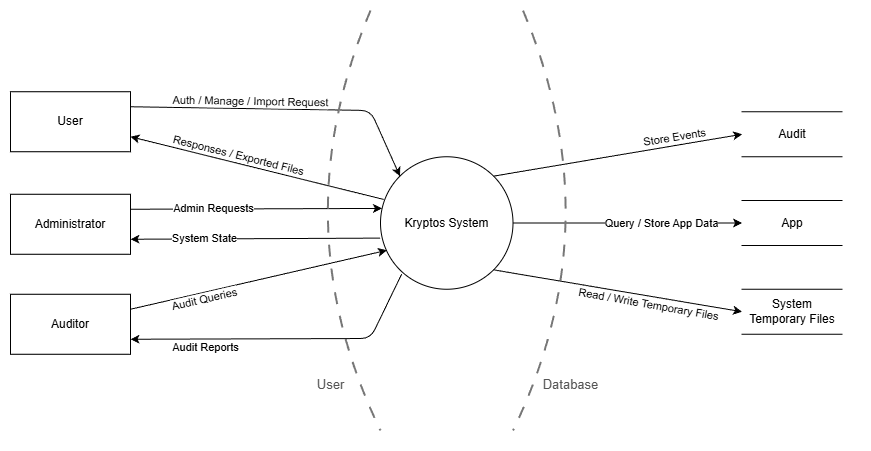
Before: Derivables/images/data-flow-diagrams/system-overview/DFD_Level0.png, a diagram exported from draw.io (mei-desofs/desofs2026_thu_ffs_2). Source tidied: cells renumbered, new cells last; positions are measured from the earlier drawing's top-left corner, leaving out a move shared by most shapes. Its diagram source:
```xml
<mxGraphModel>
  <root>
    <mxCell id="0" />
    <mxCell id="1" parent="0" />
    <mxCell id="2" value="&#10;&lt;span style=&quot;color: rgb(85, 85, 85); font-family: Helvetica; font-size: 13px; font-style: normal; font-variant-ligatures: normal; font-variant-caps: normal; font-weight: 400; letter-spacing: normal; orphans: 2; text-align: center; text-indent: 0px; text-transform: none; widows: 2; word-spacing: 0px; -webkit-text-stroke-width: 0px; white-space: nowrap; background-color: rgb(255, 255, 255); text-decoration-thickness: initial; text-decoration-style: initial; text-decoration-color: initial; display: inline !important; float: none;&quot;&gt;User&lt;/span&gt;&#10;&#10;" style="rounded=0;whiteSpace=wrap;html=1;strokeColor=#FFFFFF;" parent="1" vertex="1">
      <mxGeometry width="870" height="450" as="geometry" />
    </mxCell>
    <mxCell id="3" value="Kryptos System" style="ellipse;whiteSpace=wrap;html=1;" parent="1" vertex="1">
      <mxGeometry x="380" y="156.2" width="132.5" height="132.5" as="geometry" />
    </mxCell>
    <mxCell id="4" value="User" style="rounded=0;whiteSpace=wrap;html=1;" parent="1" vertex="1">
      <mxGeometry x="10" y="91.2" width="120" height="60" as="geometry" />
    </mxCell>
    <mxCell id="5" value="Administrator" style="rounded=0;whiteSpace=wrap;html=1;" parent="1" vertex="1">
      <mxGeometry x="10" y="193.8" width="120" height="60" as="geometry" />
    </mxCell>
    <mxCell id="6" value="Auditor" style="rounded=0;whiteSpace=wrap;html=1;" parent="1" vertex="1">
      <mxGeometry x="10" y="293.8" width="120" height="60" as="geometry" />
    </mxCell>
    <mxCell id="7" value="Audit" style="html=1;dashed=0;whiteSpace=wrap;shape=partialRectangle;right=0;left=0;" parent="1" vertex="1">
      <mxGeometry x="741.6" y="111.2" width="100" height="45" as="geometry" />
    </mxCell>
    <mxCell id="8" value="App" style="html=1;dashed=0;whiteSpace=wrap;shape=partialRectangle;right=0;left=0;" parent="1" vertex="1">
      <mxGeometry x="741.6" y="200" width="100" height="45" as="geometry" />
    </mxCell>
    <mxCell id="9" value="System Temporary Files" style="html=1;dashed=0;whiteSpace=wrap;shape=partialRectangle;right=0;left=0;" parent="1" vertex="1">
      <mxGeometry x="741.6" y="288.8" width="100" height="45" as="geometry" />
    </mxCell>
    <mxCell id="10" style="endArrow=classic;html=1;exitX=1;exitY=0.25;exitDx=0;exitDy=0;entryX=0;entryY=0;entryDx=0;entryDy=0;" parent="1" edge="1" source="4" target="3">
      <mxGeometry relative="1" as="geometry">
        <Array as="points">
          <mxPoint x="370" y="110" />
        </Array>
      </mxGeometry>
    </mxCell>
    <mxCell id="11" value="Auth / Manage / Import Request" style="edgeLabel;html=1;align=center;verticalAlign=middle;rotation=1;" parent="10" vertex="1">
      <mxGeometry x="-0.17" y="-2" relative="1" as="geometry">
        <mxPoint x="-10" y="-10" as="offset" />
      </mxGeometry>
    </mxCell>
    <mxCell id="12" style="endArrow=classic;html=1;entryX=1;entryY=0.75;entryDx=0;entryDy=0;exitX=0.023;exitY=0.322;exitDx=0;exitDy=0;exitPerimeter=0;" parent="1" edge="1" source="3" target="4">
      <mxGeometry relative="1" as="geometry" />
    </mxCell>
    <mxCell id="13" value="Responses / Exported Files" style="edgeLabel;html=1;align=center;verticalAlign=middle;rotation=14;" parent="12" vertex="1">
      <mxGeometry x="0.03" y="1" relative="1" as="geometry">
        <mxPoint x="-15" y="-13" as="offset" />
      </mxGeometry>
    </mxCell>
    <mxCell id="14" style="endArrow=classic;html=1;exitX=1;exitY=0.25;exitDx=0;exitDy=0;entryX=0.011;entryY=0.39;entryDx=0;entryDy=0;entryPerimeter=0;" parent="1" edge="1" source="5" target="3">
      <mxGeometry relative="1" as="geometry" />
    </mxCell>
    <mxCell id="15" value="Admin Requests" style="edgeLabel;html=1;align=center;verticalAlign=middle;" parent="14" vertex="1">
      <mxGeometry x="-0.12" y="-1" relative="1" as="geometry">
        <mxPoint x="-29" y="-2" as="offset" />
      </mxGeometry>
    </mxCell>
    <mxCell id="16" style="endArrow=classic;html=1;entryX=1;entryY=0.75;entryDx=0;entryDy=0;exitX=-0.003;exitY=0.614;exitDx=0;exitDy=0;exitPerimeter=0;" parent="1" edge="1" source="3" target="5">
      <mxGeometry relative="1" as="geometry" />
    </mxCell>
    <mxCell id="17" value="System State" style="edgeLabel;html=1;align=center;verticalAlign=middle;" parent="16" vertex="1">
      <mxGeometry x="0.12" relative="1" as="geometry">
        <mxPoint x="-36" y="-1" as="offset" />
      </mxGeometry>
    </mxCell>
    <mxCell id="18" style="endArrow=classic;html=1;exitX=1;exitY=0.25;exitDx=0;exitDy=0;entryX=0.048;entryY=0.706;entryDx=0;entryDy=0;entryPerimeter=0;" parent="1" edge="1" source="6" target="3">
      <mxGeometry relative="1" as="geometry" />
    </mxCell>
    <mxCell id="19" value="Audit Queries" style="edgeLabel;html=1;align=center;verticalAlign=middle;rotation=-13;" parent="18" vertex="1">
      <mxGeometry x="-0.03" y="-2" relative="1" as="geometry">
        <mxPoint x="-52" y="17" as="offset" />
      </mxGeometry>
    </mxCell>
    <mxCell id="20" style="endArrow=classic;html=1;entryX=1;entryY=0.75;entryDx=0;entryDy=0;exitX=0.159;exitY=0.887;exitDx=0;exitDy=0;exitPerimeter=0;" parent="1" edge="1" source="3" target="6">
      <mxGeometry relative="1" as="geometry">
        <Array as="points">
          <mxPoint x="370" y="338" />
        </Array>
      </mxGeometry>
    </mxCell>
    <mxCell id="21" value="Audit Reports" style="edgeLabel;html=1;align=center;verticalAlign=middle;rotation=0;" parent="20" vertex="1">
      <mxGeometry x="0.07" y="-3" relative="1" as="geometry">
        <mxPoint x="-71" y="11" as="offset" />
      </mxGeometry>
    </mxCell>
    <mxCell id="22" style="endArrow=classic;html=1;exitX=1;exitY=0.5;exitDx=0;exitDy=0;entryX=0;entryY=0.5;entryDx=0;entryDy=0;" parent="1" edge="1" source="3" target="8">
      <mxGeometry relative="1" as="geometry" />
    </mxCell>
    <mxCell id="23" value="Text" style="edgeLabel;html=1;align=center;verticalAlign=middle;" parent="22" vertex="1">
      <mxGeometry x="0.3" y="-2" relative="1" as="geometry">
        <mxPoint x="-29" y="-2" as="offset" />
      </mxGeometry>
    </mxCell>
    <mxCell id="24" value="Query / Store App Data" style="edgeLabel;html=1;align=center;verticalAlign=middle;" parent="22" vertex="1">
      <mxGeometry x="-0.03" relative="1" as="geometry">
        <mxPoint x="37" as="offset" />
      </mxGeometry>
    </mxCell>
    <mxCell id="25" style="endArrow=classic;html=1;entryX=0;entryY=0.5;entryDx=0;entryDy=0;exitX=1;exitY=1;exitDx=0;exitDy=0;" parent="1" edge="1" source="3" target="9">
      <mxGeometry relative="1" as="geometry" />
    </mxCell>
    <mxCell id="26" value="Read / Write Temporary Files" style="edgeLabel;html=1;align=center;verticalAlign=middle;rotation=10;" parent="25" vertex="1">
      <mxGeometry x="-0.02" y="-3" relative="1" as="geometry">
        <mxPoint x="34" y="11" as="offset" />
      </mxGeometry>
    </mxCell>
    <mxCell id="27" style="endArrow=classic;html=1;entryX=0;entryY=0.5;entryDx=0;entryDy=0;exitX=1;exitY=0;exitDx=0;exitDy=0;" parent="1" edge="1" source="3" target="7">
      <mxGeometry relative="1" as="geometry" />
    </mxCell>
    <mxCell id="28" value="Store Events" style="edgeLabel;html=1;align=center;verticalAlign=middle;rotation=-9;" parent="27" vertex="1">
      <mxGeometry x="-0.1" y="1" relative="1" as="geometry">
        <mxPoint x="68" y="-19" as="offset" />
      </mxGeometry>
    </mxCell>
    <mxCell id="29" value="User" style="endArrow=none;html=1;dashed=1;dashPattern=6 6;strokeColor=#777777;strokeWidth=2;fontSize=13;fontColor=#555555;verticalLabelPosition=bottom;verticalAlign=top;labelBackgroundColor=#FFFFFF;rounded=0;curved=1;" parent="1" edge="1">
      <mxGeometry x="0.67" y="-19" relative="1" as="geometry">
        <mxPoint x="370" y="10" as="sourcePoint" />
        <mxPoint x="380" y="430" as="targetPoint" />
        <Array as="points">
          <mxPoint x="280" y="223.9" />
        </Array>
      </mxGeometry>
    </mxCell>
    <mxCell id="30" value="Database" style="endArrow=none;html=1;dashed=1;dashPattern=6 6;strokeColor=#777777;strokeWidth=2;fontSize=13;fontColor=#555555;verticalLabelPosition=bottom;verticalAlign=top;labelBackgroundColor=#FFFFFF;rounded=0;curved=1;" parent="1" edge="1">
      <mxGeometry x="0.66" y="26" relative="1" as="geometry">
        <mxPoint x="522.5" y="10" as="sourcePoint" />
        <mxPoint x="512.5" y="430" as="targetPoint" />
        <Array as="points">
          <mxPoint x="612.5" y="223.9" />
        </Array>
      </mxGeometry>
    </mxCell>
  </root>
</mxGraphModel>
```
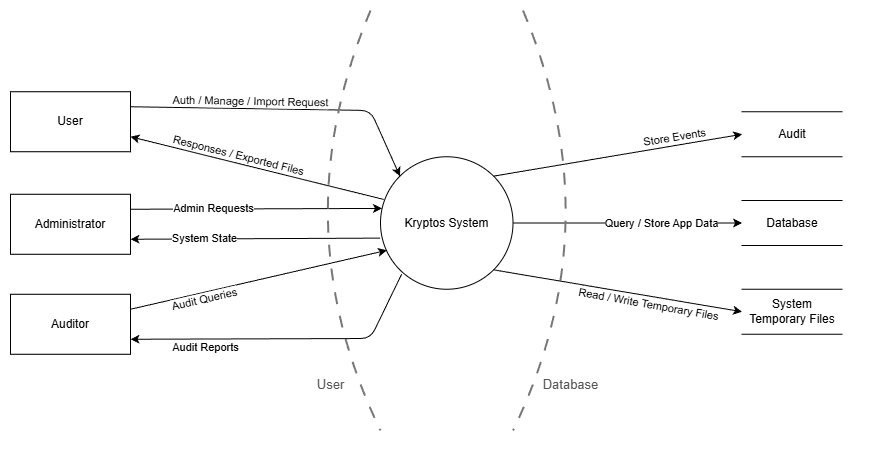
After the commit.

Commit message:
G - Fixed DFD_Level 0 image and fixed entry and exit points table from ThreadIdentification.md

The edit, as a diff of the source:
```diff
@@ -20,7 +20,7 @@
     <mxCell id="7" value="Audit" style="html=1;dashed=0;whiteSpace=wrap;shape=partialRectangle;right=0;left=0;" parent="1" vertex="1">
       <mxGeometry x="741.6" y="111.2" width="100" height="45" as="geometry" />
     </mxCell>
-    <mxCell id="8" value="App" style="html=1;dashed=0;whiteSpace=wrap;shape=partialRectangle;right=0;left=0;" parent="1" vertex="1">
+    <mxCell id="8" value="Database" style="html=1;dashed=0;whiteSpace=wrap;shape=partialRectangle;right=0;left=0;" parent="1" vertex="1">
       <mxGeometry x="741.6" y="200" width="100" height="45" as="geometry" />
     </mxCell>
     <mxCell id="9" value="System Temporary Files" style="html=1;dashed=0;whiteSpace=wrap;shape=partialRectangle;right=0;left=0;" parent="1" vertex="1">
```
